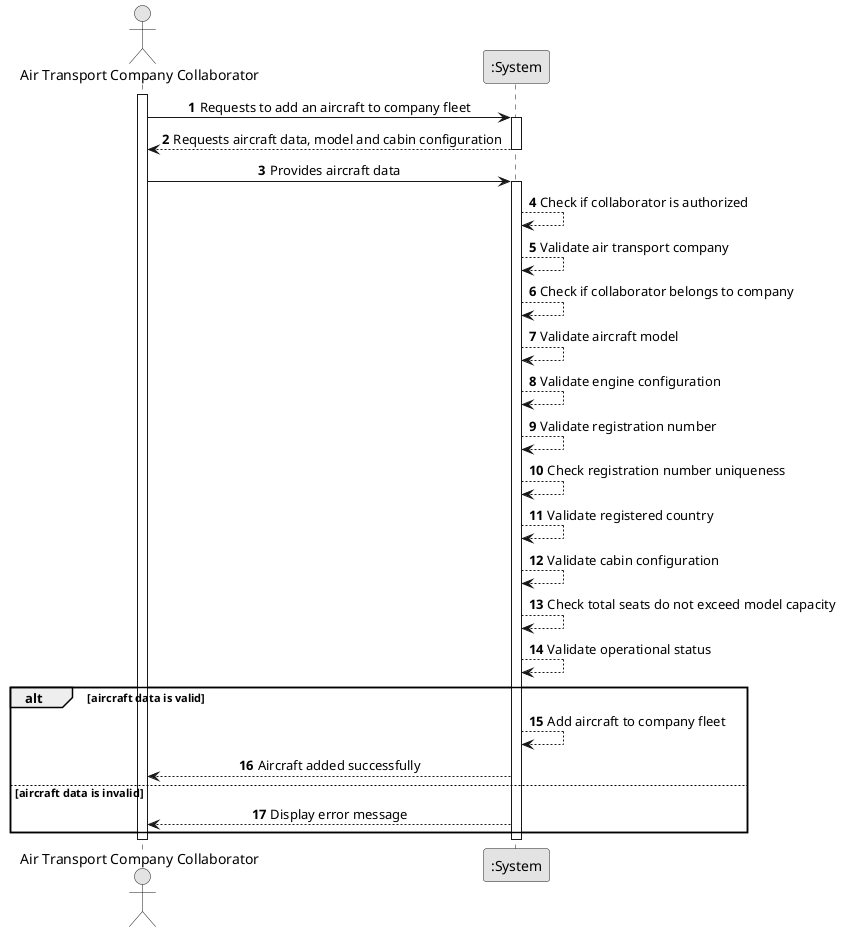
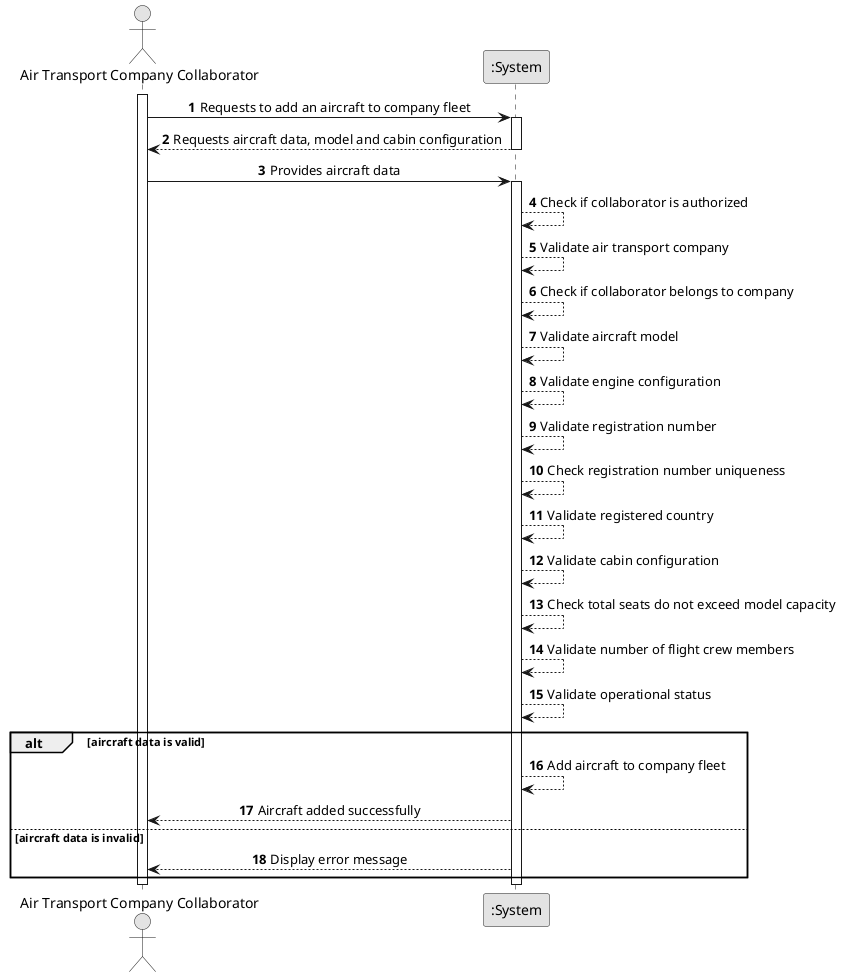
@startuml
skinparam monochrome true
skinparam packageStyle rectangle
skinparam shadowing false
skinparam sequenceMessageAlign center
autonumber

actor "Air Transport Company Collaborator" as ATCC
participant ":System" as System

activate ATCC

ATCC -> System : Requests to add an aircraft to company fleet

activate System
System --> ATCC : Requests aircraft data, model and cabin configuration
deactivate System

ATCC -> System : Provides aircraft data

activate System
System --> System : Check if collaborator is authorized
System --> System : Validate air transport company
System --> System : Check if collaborator belongs to company
System --> System : Validate aircraft model
System --> System : Validate engine configuration
System --> System : Validate registration number
System --> System : Check registration number uniqueness
System --> System : Validate registered country
System --> System : Validate cabin configuration
System --> System : Check total seats do not exceed model capacity
+ System --> System : Validate number of flight crew members
System --> System : Validate operational status

alt aircraft data is valid
    System --> System : Add aircraft to company fleet
    System --> ATCC : Aircraft added successfully
else aircraft data is invalid
    System --> ATCC : Display error message
end

deactivate System
deactivate ATCC

@enduml